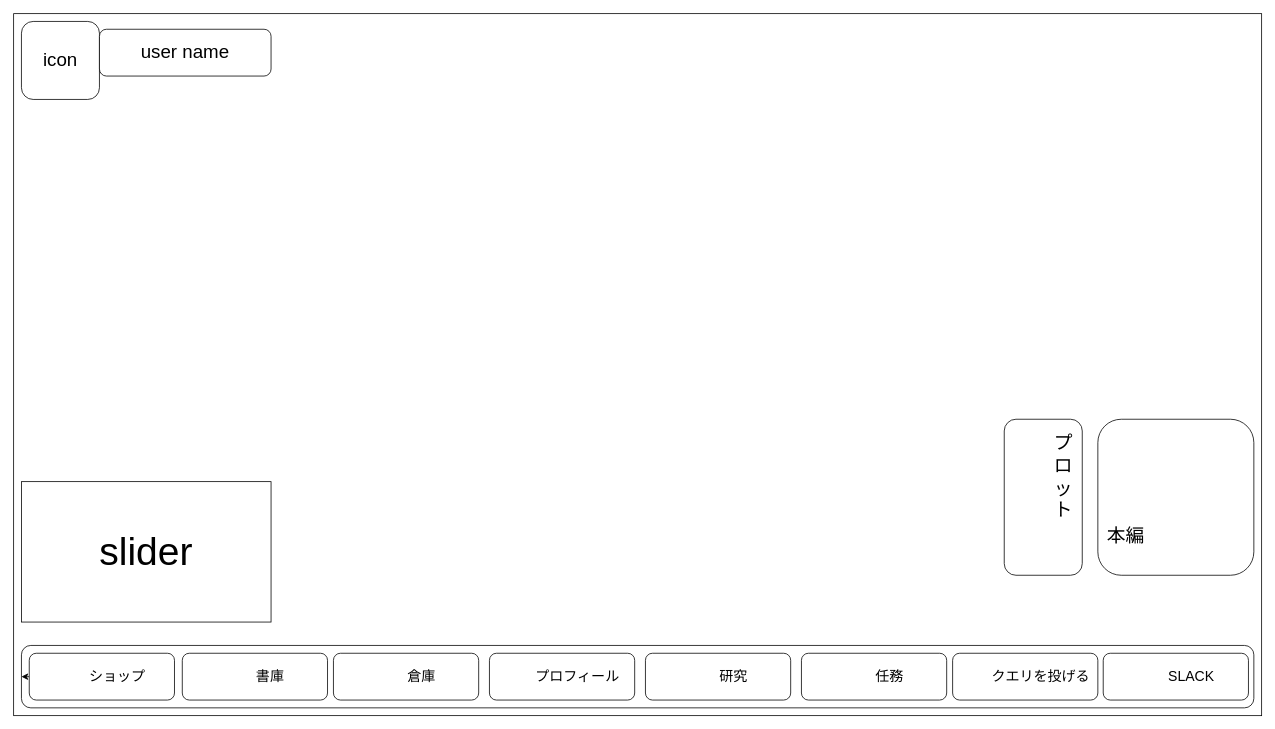
Before: 新しいindex.htmlの開発/new-index.drawio in himaorg/himatsubushi.org-STOP-, a draw.io diagram. Source tidied: cells renumbered, new cells numbered last; positions are measured from the earlier drawing's top-left corner, leaving out a move shared by most shapes. Both pictures are drawn from the tidied source at 78%, with x=0, y=0 at pixel (13, 13).
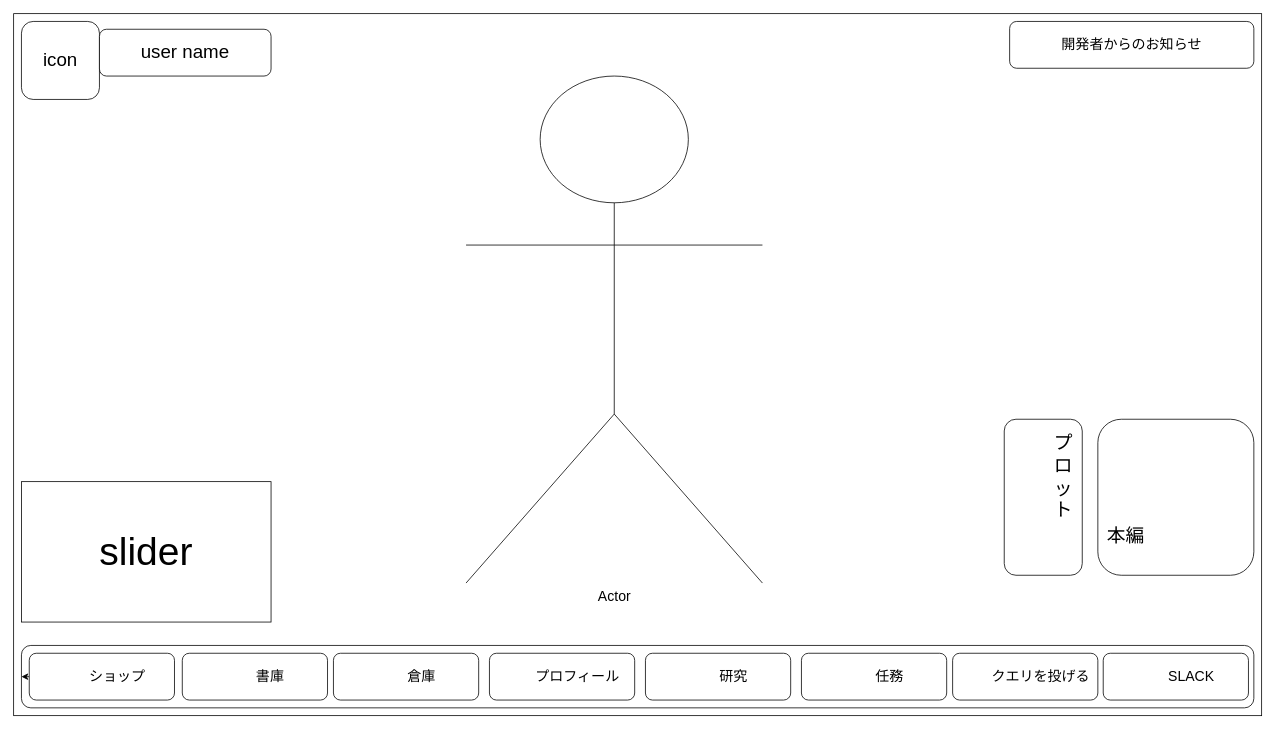
The same page after the edit.

The edit, as a diff of the source:
```diff
@@
 <mxGraphModel>
   <root>
     <mxCell id="0" />
     <mxCell id="1" parent="0" />
     <mxCell id="2" style="rounded=0;whiteSpace=wrap;html=1;" parent="1" vertex="1">
       <mxGeometry width="1600" height="900" as="geometry" />
     </mxCell>
     <mxCell id="3" style="rounded=1;whiteSpace=wrap;html=1;" parent="1" vertex="1">
       <mxGeometry x="10" y="810" width="1580" height="80" as="geometry" />
     </mxCell>
     <mxCell id="4" style="edgeStyle=none;html=1;" parent="1" edge="1" source="5" target="3">
       <mxGeometry relative="1" as="geometry" />
     </mxCell>
     <mxCell id="5" value="&lt;blockquote style=&quot;margin: 0px 0px 0px 40px; border: none; padding: 0px; font-size: 18px;&quot;&gt;&lt;div style=&quot;font-size: 18px;&quot;&gt;&lt;span style=&quot;font-size: 18px; background-color: initial;&quot;&gt;ショップ&lt;/span&gt;&lt;/div&gt;&lt;/blockquote&gt;" style="rounded=1;whiteSpace=wrap;html=1;align=center;fontSize=18;" parent="1" vertex="1">
       <mxGeometry x="20" y="820" width="186.2" height="60" as="geometry" />
     </mxCell>
     <mxCell id="6" value="&lt;blockquote style=&quot;margin: 0px 0px 0px 40px; border: none; padding: 0px; font-size: 18px;&quot;&gt;&lt;span style=&quot;font-size: 18px;&quot;&gt;書庫&lt;/span&gt;&lt;/blockquote&gt;" style="rounded=1;whiteSpace=wrap;html=1;fontSize=18;" parent="1" vertex="1">
       <mxGeometry x="216.2" y="820" width="186.2" height="60" as="geometry" />
     </mxCell>
     <mxCell id="7" value="&lt;blockquote style=&quot;margin: 0px 0px 0px 40px; border: none; padding: 0px; font-size: 18px;&quot;&gt;&lt;span style=&quot;font-size: 18px;&quot;&gt;倉庫&lt;/span&gt;&lt;/blockquote&gt;" style="rounded=1;whiteSpace=wrap;html=1;fontSize=18;" parent="1" vertex="1">
       <mxGeometry x="410" y="820" width="186.2" height="60" as="geometry" />
     </mxCell>
     <mxCell id="8" value="&lt;blockquote style=&quot;margin: 0px 0px 0px 40px; border: none; padding: 0px; font-size: 18px;&quot;&gt;&lt;span style=&quot;font-size: 18px;&quot;&gt;プロフィール&lt;/span&gt;&lt;/blockquote&gt;" style="rounded=1;whiteSpace=wrap;html=1;fontSize=18;" parent="1" vertex="1">
       <mxGeometry x="610" y="820" width="186.2" height="60" as="geometry" />
     </mxCell>
     <mxCell id="9" value="&lt;blockquote style=&quot;margin: 0px 0px 0px 40px; border: none; padding: 0px; font-size: 18px;&quot;&gt;&lt;font style=&quot;font-size: 18px;&quot;&gt;研究&lt;/font&gt;&lt;/blockquote&gt;" style="rounded=1;whiteSpace=wrap;html=1;fontSize=18;" parent="1" vertex="1">
       <mxGeometry x="810" y="820" width="186.2" height="60" as="geometry" />
     </mxCell>
     <mxCell id="10" value="&lt;blockquote style=&quot;margin: 0px 0px 0px 40px; border: none; padding: 0px; font-size: 18px;&quot;&gt;&lt;font style=&quot;font-size: 18px;&quot;&gt;任務&lt;/font&gt;&lt;/blockquote&gt;" style="rounded=1;whiteSpace=wrap;html=1;fontSize=18;" parent="1" vertex="1">
       <mxGeometry x="1010" y="820" width="186.2" height="60" as="geometry" />
     </mxCell>
     <mxCell id="11" value="&lt;blockquote style=&quot;margin: 0px 0px 0px 40px; border: none; padding: 0px; font-size: 18px;&quot;&gt;&lt;span style=&quot;font-size: 18px;&quot;&gt;クエリを投げる&lt;/span&gt;&lt;/blockquote&gt;" style="rounded=1;whiteSpace=wrap;html=1;fontSize=18;" parent="1" vertex="1">
       <mxGeometry x="1203.8" y="820" width="186.2" height="60" as="geometry" />
     </mxCell>
     <mxCell id="12" value="&lt;blockquote style=&quot;margin: 0px 0px 0px 40px; border: none; padding: 0px; font-size: 18px;&quot;&gt;&lt;font style=&quot;font-size: 18px;&quot;&gt;SLACK&lt;/font&gt;&lt;/blockquote&gt;" style="rounded=1;whiteSpace=wrap;html=1;fontSize=18;" parent="1" vertex="1">
       <mxGeometry x="1396.9" y="820" width="186.2" height="60" as="geometry" />
     </mxCell>
     <mxCell id="13" value="&lt;div style=&quot;font-size: 24px;&quot;&gt;&lt;span style=&quot;background-color: initial; font-size: 24px;&quot;&gt;本編&lt;/span&gt;&lt;/div&gt;" style="rounded=1;whiteSpace=wrap;html=1;fontSize=24;align=left;verticalAlign=middle;horizontal=1;spacingTop=100;spacingLeft=10;" parent="1" vertex="1">
       <mxGeometry x="1390" y="520" width="200" height="200" as="geometry" />
     </mxCell>
     <mxCell id="14" value="プ&lt;br style=&quot;font-size: 24px;&quot;&gt;ロ&lt;br style=&quot;font-size: 24px;&quot;&gt;ッ&lt;br style=&quot;font-size: 24px;&quot;&gt;ト" style="rounded=1;whiteSpace=wrap;html=1;fontSize=24;horizontal=1;align=right;verticalAlign=top;spacingTop=10;spacingRight=10;" parent="1" vertex="1">
       <mxGeometry x="1270" y="520" width="100" height="200" as="geometry" />
     </mxCell>
     <mxCell id="15" value="slider" style="rounded=0;whiteSpace=wrap;html=1;fontSize=50;" parent="1" vertex="1">
       <mxGeometry x="10" y="600" width="320" height="180" as="geometry" />
     </mxCell>
     <mxCell id="16" value="icon" style="rounded=1;whiteSpace=wrap;html=1;fontSize=24;" parent="1" vertex="1">
       <mxGeometry x="10" y="10" width="100" height="100" as="geometry" />
     </mxCell>
     <mxCell id="17" value="user name" style="rounded=1;whiteSpace=wrap;html=1;fontSize=24;" parent="1" vertex="1">
       <mxGeometry x="110" y="20" width="220" height="60" as="geometry" />
     </mxCell>
+    <mxCell id="18" value="開発者からのお知らせ" style="rounded=1;whiteSpace=wrap;html=1;fontSize=18;" parent="1" vertex="1">
+      <mxGeometry x="1276.9" y="10" width="313.1" height="60" as="geometry" />
+    </mxCell>
+    <mxCell id="19" value="Actor" style="shape=umlActor;verticalLabelPosition=bottom;verticalAlign=top;html=1;fontSize=18;" parent="1" vertex="1">
+      <mxGeometry x="580" y="80" width="380" height="650" as="geometry" />
+    </mxCell>
   </root>
 </mxGraphModel>
```
